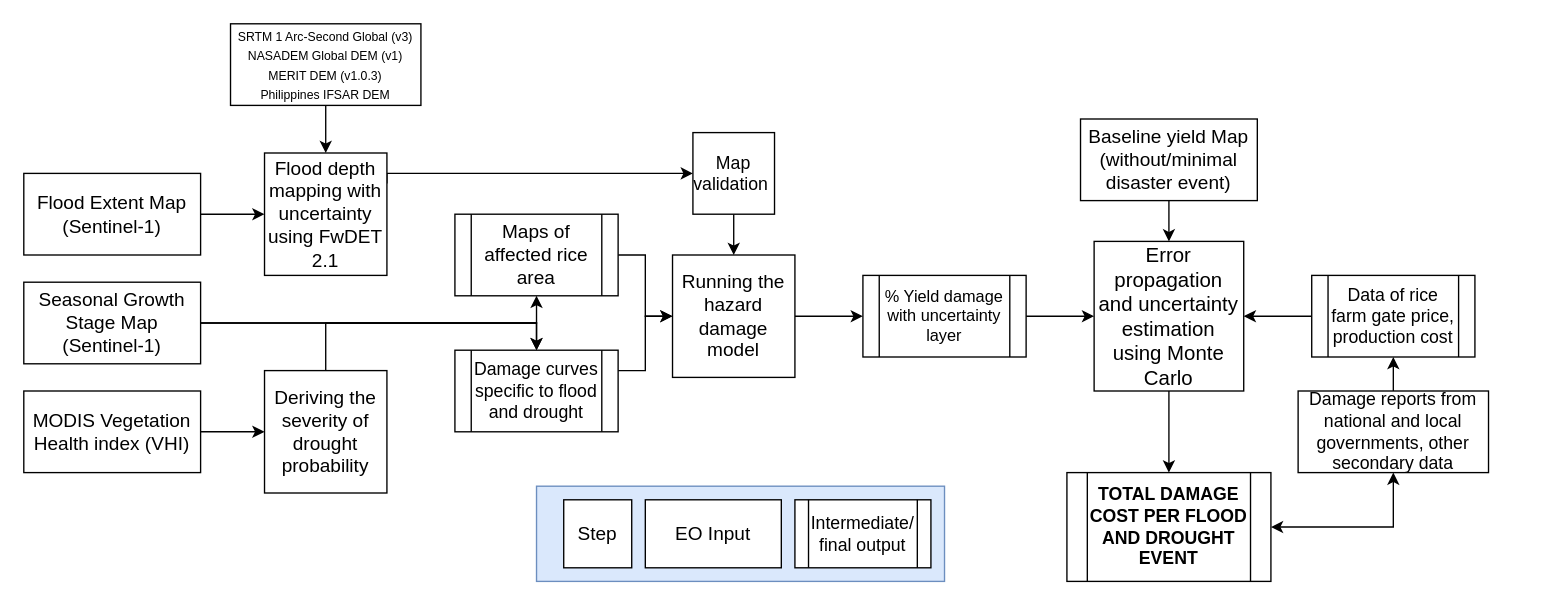
Before: fd.drawio in arnanaraza/diagrams, a draw.io diagram. Source tidied: cells renumbered, new cells numbered last; positions are measured from the earlier drawing's top-left corner, leaving out a move shared by most shapes. Both pictures are drawn from the tidied source at 136%, with x=0, y=0 at pixel (23, 23).
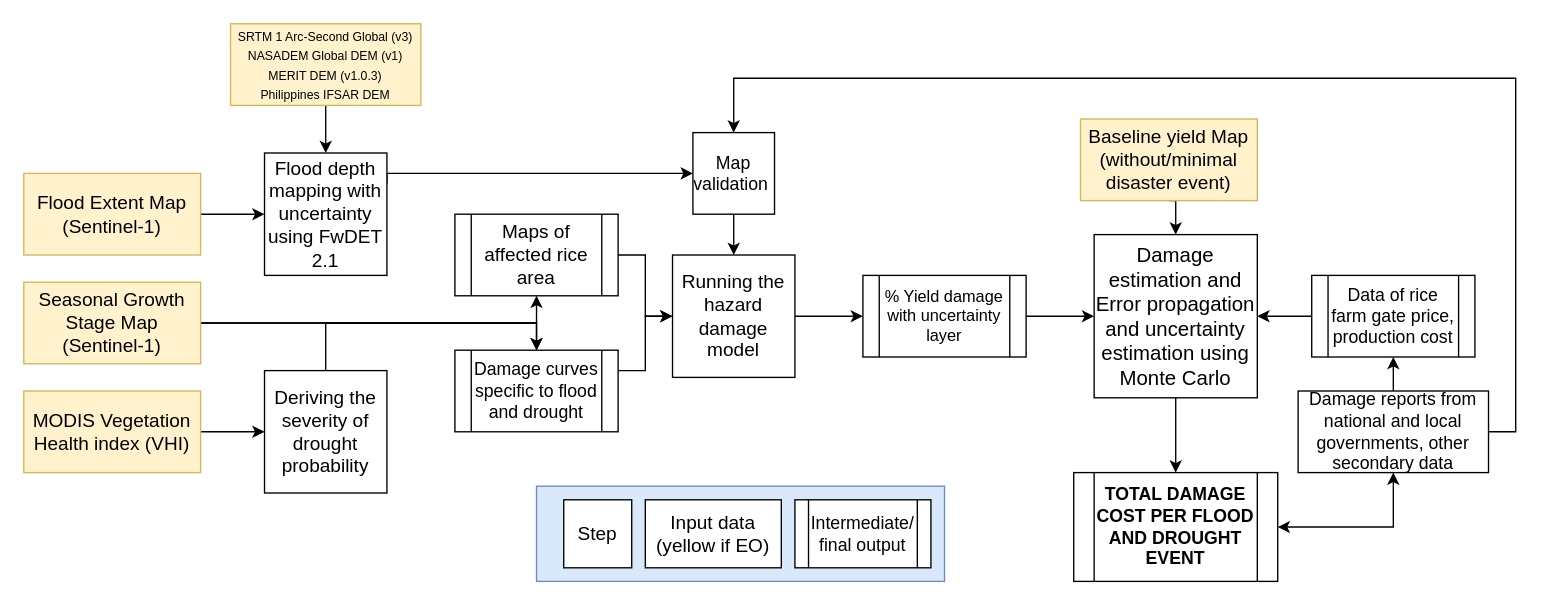
Above is the later version.

The change refers to these unchanged cells:
```xml
<mxCell id="26" value="&lt;font style=&quot;font-size: 13px;&quot;&gt;Map validation&amp;nbsp;&lt;/font&gt;" style="whiteSpace=wrap;html=1;" parent="1" vertex="1">
  <mxGeometry x="492" y="80" width="60" height="60" as="geometry" />
</mxCell>
<mxCell id="29" value="&lt;font style=&quot;font-size: 13px;&quot;&gt;Damage reports from national and local governments, other secondary data&lt;/font&gt;" style="rounded=0;whiteSpace=wrap;html=1;" parent="1" vertex="1">
  <mxGeometry x="937" y="270" width="140" height="60" as="geometry" />
</mxCell>
<mxCell id="35" style="group;" parent="1" vertex="1">
  <mxGeometry x="377" y="340" width="300" height="70" as="geometry" />
</mxCell>
```

What changed in the source:
```diff
@@
-    <mxCell id="4" value="&lt;font style=&quot;font-size: 14px;&quot;&gt;Seasonal Growth Stage Map (Sentinel-1)&lt;/font&gt;" style="rounded=0;whiteSpace=wrap;html=1;" parent="1" vertex="1">
+    <mxCell id="4" value="&lt;font style=&quot;font-size: 14px;&quot;&gt;Seasonal Growth Stage Map (Sentinel-1)&lt;/font&gt;" style="rounded=0;whiteSpace=wrap;html=1;fillColor=#fff2cc;strokeColor=#d6b656;" parent="1" vertex="1">
       <mxGeometry y="190" width="130" height="60" as="geometry" />
     </mxCell>
@@
-    <mxCell id="6" value="&lt;font style=&quot;font-size: 14px;&quot;&gt;Flood Extent Map (Sentinel-1)&lt;/font&gt;" style="rounded=0;whiteSpace=wrap;html=1;" parent="1" vertex="1">
+    <mxCell id="6" value="&lt;font style=&quot;font-size: 14px;&quot;&gt;Flood Extent Map (Sentinel-1)&lt;/font&gt;" style="rounded=0;whiteSpace=wrap;html=1;fillColor=#fff2cc;strokeColor=#d6b656;" parent="1" vertex="1">
       <mxGeometry y="110" width="130" height="60" as="geometry" />
     </mxCell>
@@
-    <mxCell id="8" value="&lt;font style=&quot;font-size: 14px;&quot;&gt;MODIS Vegetation Health index (VHI)&lt;/font&gt;" style="rounded=0;whiteSpace=wrap;html=1;" parent="1" vertex="1">
+    <mxCell id="8" value="&lt;font style=&quot;font-size: 14px;&quot;&gt;MODIS Vegetation Health index (VHI)&lt;/font&gt;" style="rounded=0;whiteSpace=wrap;html=1;fillColor=#fff2cc;strokeColor=#d6b656;" parent="1" vertex="1">
       <mxGeometry y="270" width="130" height="60" as="geometry" />
     </mxCell>
@@
-    <mxCell id="10" value="&lt;div&gt;&lt;font style=&quot;font-size: 9px;&quot;&gt;SRTM 1 Arc-Second Global (v3)&lt;/font&gt;&lt;/div&gt;&lt;div&gt;&lt;font style=&quot;font-size: 9px;&quot;&gt;NASADEM Global DEM (v1)&lt;/font&gt;&lt;/div&gt;&lt;div&gt;&lt;font style=&quot;font-size: 9px;&quot;&gt;MERIT DEM (v1.0.3)&lt;/font&gt;&lt;/div&gt;&lt;div&gt;&lt;font style=&quot;font-size: 9px;&quot;&gt;Philippines IFSAR DEM&lt;/font&gt;&lt;/div&gt;" style="rounded=0;whiteSpace=wrap;html=1;" parent="1" vertex="1">
+    <mxCell id="10" value="&lt;div&gt;&lt;font style=&quot;font-size: 9px;&quot;&gt;SRTM 1 Arc-Second Global (v3)&lt;/font&gt;&lt;/div&gt;&lt;div&gt;&lt;font style=&quot;font-size: 9px;&quot;&gt;NASADEM Global DEM (v1)&lt;/font&gt;&lt;/div&gt;&lt;div&gt;&lt;font style=&quot;font-size: 9px;&quot;&gt;MERIT DEM (v1.0.3)&lt;/font&gt;&lt;/div&gt;&lt;div&gt;&lt;font style=&quot;font-size: 9px;&quot;&gt;Philippines IFSAR DEM&lt;/font&gt;&lt;/div&gt;" style="rounded=0;whiteSpace=wrap;html=1;fillColor=#fff2cc;strokeColor=#d6b656;" parent="1" vertex="1">
       <mxGeometry x="152" width="140" height="60" as="geometry" />
     </mxCell>
@@
-    <mxCell id="12" value="&lt;font style=&quot;font-size: 15px;&quot;&gt;Error propagation and uncertainty estimation using Monte Carlo&lt;/font&gt;" style="whiteSpace=wrap;html=1;" parent="1" vertex="1">
-      <mxGeometry x="787" y="160" width="110" height="110" as="geometry" />
+    <mxCell id="12" value="&lt;font style=&quot;font-size: 15px;&quot;&gt;Damage estimation and Error propagation and uncertainty estimation using Monte Carlo&lt;/font&gt;" style="whiteSpace=wrap;html=1;" parent="1" vertex="1">
+      <mxGeometry x="787" y="155" width="120" height="120" as="geometry" />
     </mxCell>
@@
+    <mxCell id="40" style="edgeStyle=orthogonalEdgeStyle;rounded=0;jettySize=auto;html=1;exitX=1;exitY=0.5;exitDx=0;exitDy=0;entryX=0.5;entryY=0;entryDx=0;entryDy=0;" parent="1" edge="1" source="29" target="26">
+      <mxGeometry relative="1" as="geometry">
+        <Array as="points">
+          <mxPoint x="1097" y="300" />
+          <mxPoint x="1097" y="40" />
+          <mxPoint x="522" y="40" />
+        </Array>
+      </mxGeometry>
+    </mxCell>
@@
     <mxCell id="32" value="&lt;font style=&quot;font-size: 13px;&quot;&gt;&lt;b&gt;TOTAL DAMAGE COST PER FLOOD AND DROUGHT EVENT&lt;/b&gt;&lt;/font&gt;" style="shape=process;whiteSpace=wrap;html=1;backgroundOutline=1;" parent="1" vertex="1">
-      <mxGeometry x="767" y="330" width="150" height="80" as="geometry" />
+      <mxGeometry x="772" y="330" width="150" height="80" as="geometry" />
     </mxCell>
@@
-    <mxCell id="34" value="&lt;font style=&quot;font-size: 14px;&quot;&gt;Baseline yield Map (without/minimal disaster event)&lt;/font&gt;" style="rounded=0;whiteSpace=wrap;html=1;" parent="1" vertex="1">
+    <mxCell id="34" value="&lt;font style=&quot;font-size: 14px;&quot;&gt;Baseline yield Map (without/minimal disaster event)&lt;/font&gt;" style="rounded=0;whiteSpace=wrap;html=1;fillColor=#fff2cc;strokeColor=#d6b656;" parent="1" vertex="1">
       <mxGeometry x="777" y="70" width="130" height="60" as="geometry" />
     </mxCell>
@@
-    <mxCell id="37" value="&lt;font style=&quot;font-size: 14px;&quot;&gt;EO Input&lt;/font&gt;" style="rounded=0;whiteSpace=wrap;html=1;" parent="35" vertex="1">
+    <mxCell id="37" value="&lt;font style=&quot;font-size: 14px;&quot;&gt;Input data (yellow if EO)&lt;/font&gt;" style="rounded=0;whiteSpace=wrap;html=1;" parent="35" vertex="1">
       <mxGeometry x="80" y="10" width="100" height="50" as="geometry" />
     </mxCell>
```
